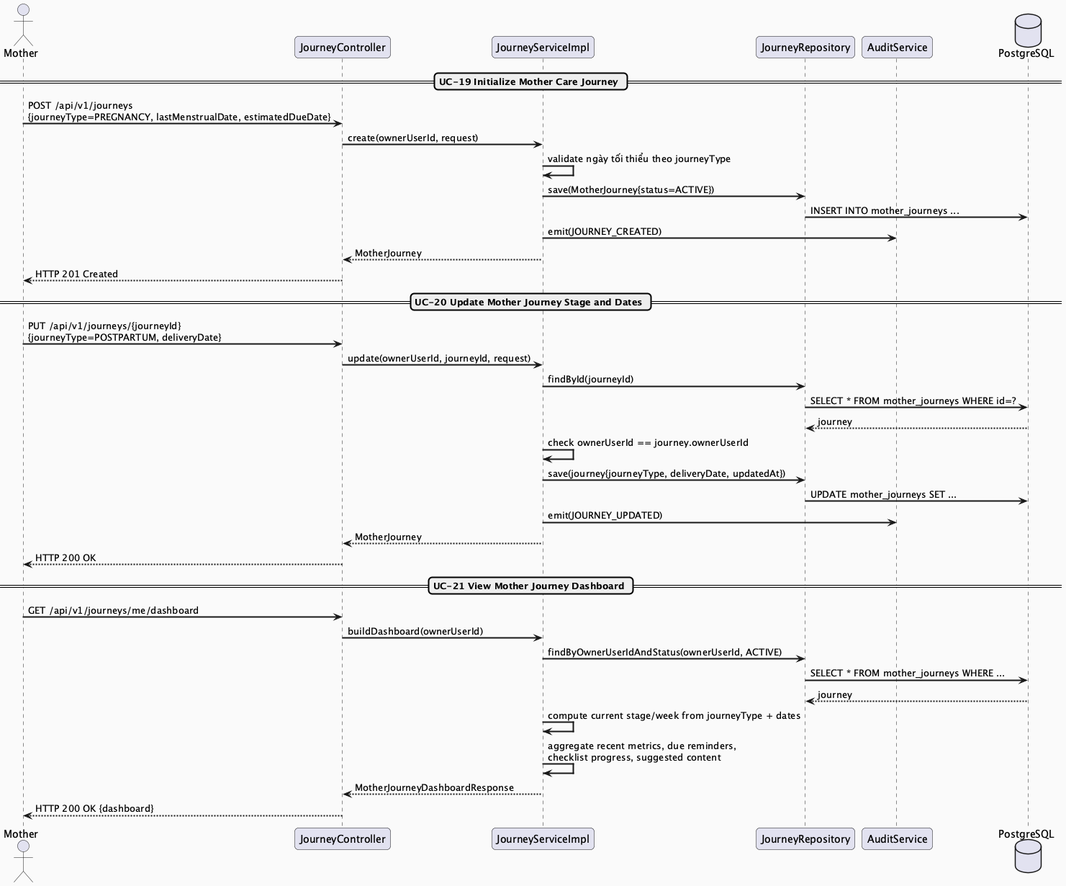
Earlier version of the PlantUML export docs/Detailed_Design/MF02_Mother_Care_Journey/images/MF02_01_JourneyLifecycle_SequenceDiagram.png (ChuongBDHE172784/CareBridge_SEP490_G79).
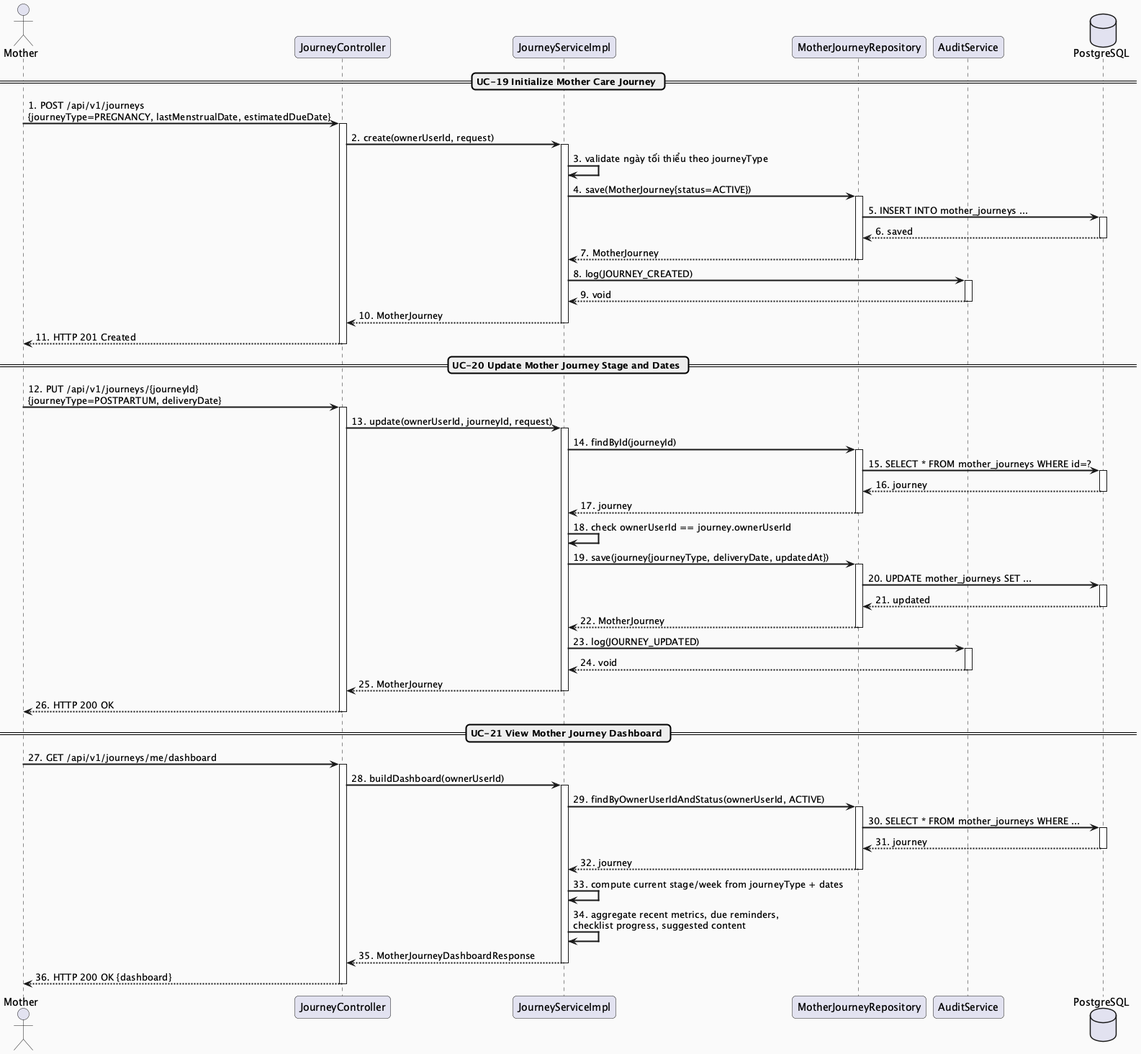
After the change.

Change to the diagram source:
```diff
@@ -6,42 +6,82 @@
 actor "Mother" as M
 participant "JourneyController" as Controller
 participant "JourneyServiceImpl" as Service
-participant "JourneyRepository" as Repo
+participant "MotherJourneyRepository" as Repo
 participant "AuditService" as Audit
 database "PostgreSQL" as DB
 
 == UC-19 Initialize Mother Care Journey ==
-M -> Controller : POST /api/v1/journeys\n{journeyType=PREGNANCY, lastMenstrualDate, estimatedDueDate}
-Controller -> Service : create(ownerUserId, request)
-Service -> Service : validate ngày tối thiểu theo journeyType
-Service -> Repo : save(MotherJourney{status=ACTIVE})
-Repo -> DB : INSERT INTO mother_journeys ...
-Service -> Audit : emit(JOURNEY_CREATED)
-Service --> Controller : MotherJourney
-Controller --> M : HTTP 201 Created
+M -> Controller : 1. POST /api/v1/journeys\n{journeyType=PREGNANCY, lastMenstrualDate, estimatedDueDate}
+activate Controller
+Controller -> Service : 2. create(ownerUserId, request)
+activate Service
+Service -> Service : 3. validate ngày tối thiểu theo journeyType
+Service -> Repo : 4. save(MotherJourney{status=ACTIVE})
+activate Repo
+Repo -> DB : 5. INSERT INTO mother_journeys ...
+activate DB
+DB --> Repo : 6. saved
+deactivate DB
+Repo --> Service : 7. MotherJourney
+deactivate Repo
+Service -> Audit : 8. log(JOURNEY_CREATED)
+activate Audit
+Audit --> Service : 9. void
+deactivate Audit
+Service --> Controller : 10. MotherJourney
+deactivate Service
+Controller --> M : 11. HTTP 201 Created
+deactivate Controller
 
 == UC-20 Update Mother Journey Stage and Dates ==
-M -> Controller : PUT /api/v1/journeys/{journeyId}\n{journeyType=POSTPARTUM, deliveryDate}
-Controller -> Service : update(ownerUserId, journeyId, request)
-Service -> Repo : findById(journeyId)
-Repo -> DB : SELECT * FROM mother_journeys WHERE id=?
-DB --> Repo : journey
-Service -> Service : check ownerUserId == journey.ownerUserId
-Service -> Repo : save(journey{journeyType, deliveryDate, updatedAt})
-Repo -> DB : UPDATE mother_journeys SET ...
-Service -> Audit : emit(JOURNEY_UPDATED)
-Service --> Controller : MotherJourney
-Controller --> M : HTTP 200 OK
+M -> Controller : 12. PUT /api/v1/journeys/{journeyId}\n{journeyType=POSTPARTUM, deliveryDate}
+activate Controller
+Controller -> Service : 13. update(ownerUserId, journeyId, request)
+activate Service
+Service -> Repo : 14. findById(journeyId)
+activate Repo
+Repo -> DB : 15. SELECT * FROM mother_journeys WHERE id=?
+activate DB
+DB --> Repo : 16. journey
+deactivate DB
+Repo --> Service : 17. journey
+deactivate Repo
+Service -> Service : 18. check ownerUserId == journey.ownerUserId
+Service -> Repo : 19. save(journey{journeyType, deliveryDate, updatedAt})
+activate Repo
+Repo -> DB : 20. UPDATE mother_journeys SET ...
+activate DB
+DB --> Repo : 21. updated
+deactivate DB
+Repo --> Service : 22. MotherJourney
+deactivate Repo
+Service -> Audit : 23. log(JOURNEY_UPDATED)
+activate Audit
+Audit --> Service : 24. void
+deactivate Audit
+Service --> Controller : 25. MotherJourney
+deactivate Service
+Controller --> M : 26. HTTP 200 OK
+deactivate Controller
 
 == UC-21 View Mother Journey Dashboard ==
-M -> Controller : GET /api/v1/journeys/me/dashboard
-Controller -> Service : buildDashboard(ownerUserId)
-Service -> Repo : findByOwnerUserIdAndStatus(ownerUserId, ACTIVE)
-Repo -> DB : SELECT * FROM mother_journeys WHERE ...
-DB --> Repo : journey
-Service -> Service : compute current stage/week from journeyType + dates
-Service -> Service : aggregate recent metrics, due reminders,\nchecklist progress, suggested content
-Service --> Controller : MotherJourneyDashboardResponse
-Controller --> M : HTTP 200 OK {dashboard}
+M -> Controller : 27. GET /api/v1/journeys/me/dashboard
+activate Controller
+Controller -> Service : 28. buildDashboard(ownerUserId)
+activate Service
+Service -> Repo : 29. findByOwnerUserIdAndStatus(ownerUserId, ACTIVE)
+activate Repo
+Repo -> DB : 30. SELECT * FROM mother_journeys WHERE ...
+activate DB
+DB --> Repo : 31. journey
+deactivate DB
+Repo --> Service : 32. journey
+deactivate Repo
+Service -> Service : 33. compute current stage/week from journeyType + dates
+Service -> Service : 34. aggregate recent metrics, due reminders,\nchecklist progress, suggested content
+Service --> Controller : 35. MotherJourneyDashboardResponse
+deactivate Service
+Controller --> M : 36. HTTP 200 OK {dashboard}
+deactivate Controller
 
 @enduml
```
